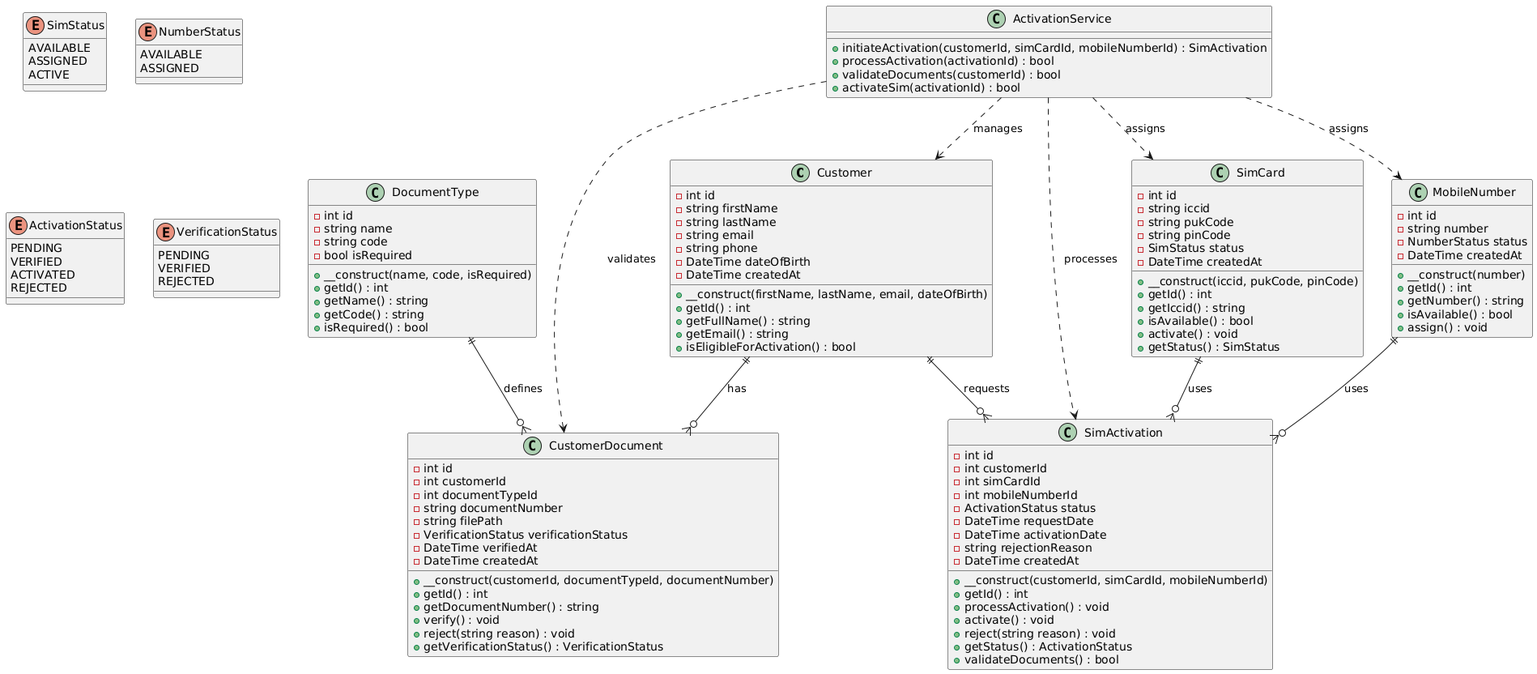
Earlier version of the PlantUML export class_diagram.png (ashanAnjana/-telecom-service-support-system-design). Its diagram source:
```plantuml
@startuml
class Customer {
    -int id
    -string firstName
    -string lastName
    -string email
    -string phone
    -DateTime dateOfBirth
    -DateTime createdAt
    +__construct(firstName, lastName, email, dateOfBirth)
    +getId() : int
    +getFullName() : string
    +getEmail() : string
    +isEligibleForActivation() : bool
}

class SimCard {
    -int id
    -string iccid
    -string pukCode
    -string pinCode
    -SimStatus status
    -DateTime createdAt
    +__construct(iccid, pukCode, pinCode)
    +getId() : int
    +getIccid() : string
    +isAvailable() : bool
    +activate() : void
    +getStatus() : SimStatus
}

class MobileNumber {
    -int id
    -string number
    -NumberStatus status
    -DateTime createdAt
    +__construct(number)
    +getId() : int
    +getNumber() : string
    +isAvailable() : bool
    +assign() : void
}

class DocumentType {
    -int id
    -string name
    -string code
    -bool isRequired
    +__construct(name, code, isRequired)
    +getId() : int
    +getName() : string
    +getCode() : string
    +isRequired() : bool
}

class CustomerDocument {
    -int id
    -int customerId
    -int documentTypeId
    -string documentNumber
    -string filePath
    -VerificationStatus verificationStatus
    -DateTime verifiedAt
    -DateTime createdAt
    +__construct(customerId, documentTypeId, documentNumber)
    +getId() : int
    +getDocumentNumber() : string
    +verify() : void
    +reject(string reason) : void
    +getVerificationStatus() : VerificationStatus
}

class SimActivation {
    -int id
    -int customerId
    -int simCardId
    -int mobileNumberId
    -ActivationStatus status
    -DateTime requestDate
    -DateTime activationDate
    -string rejectionReason
    -DateTime createdAt
    +__construct(customerId, simCardId, mobileNumberId)
    +getId() : int
    +processActivation() : void
    +activate() : void
    +reject(string reason) : void
    +getStatus() : ActivationStatus
    +validateDocuments() : bool
}

class ActivationService {
    +initiateActivation(customerId, simCardId, mobileNumberId) : SimActivation
    +processActivation(activationId) : bool
    +validateDocuments(customerId) : bool
    +activateSim(activationId) : bool
}

enum SimStatus {
    AVAILABLE
    ASSIGNED
    ACTIVE
}

enum NumberStatus {
    AVAILABLE
    ASSIGNED
}

enum ActivationStatus {
    PENDING
    VERIFIED
    ACTIVATED
    REJECTED
}

enum VerificationStatus {
    PENDING
    VERIFIED
    REJECTED
}

Customer ||--o{ CustomerDocument : has
Customer ||--o{ SimActivation : requests
DocumentType ||--o{ CustomerDocument : defines
SimCard ||--o{ SimActivation : uses
MobileNumber ||--o{ SimActivation : uses

ActivationService ..> Customer : manages
ActivationService ..> SimCard : assigns
ActivationService ..> MobileNumber : assigns
ActivationService ..> SimActivation : processes
ActivationService ..> CustomerDocument : validates
@enduml
```
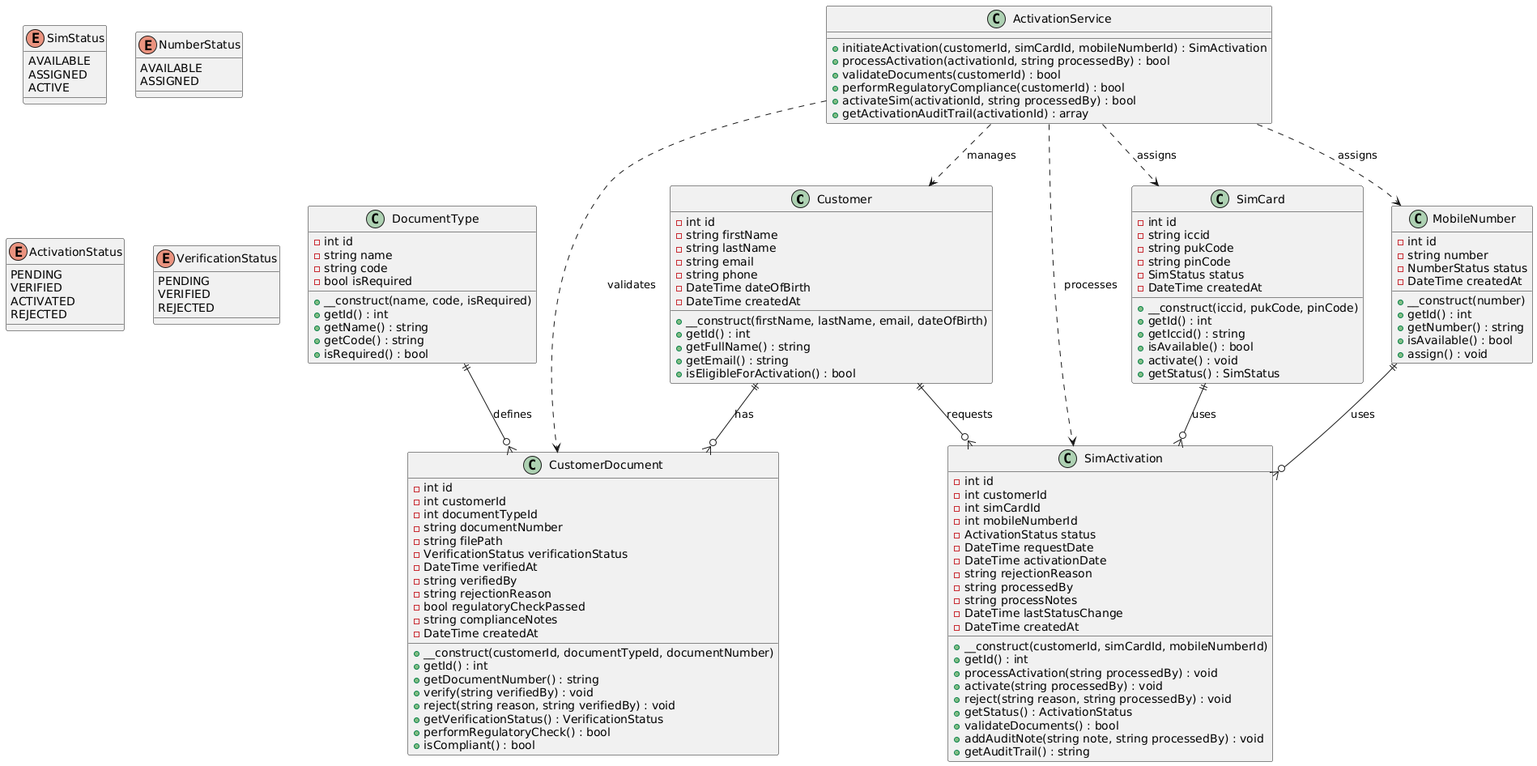
After the commit.

Commit message:
Add class diagram image file

Diff of the diagram source:
```diff
@@ -61,13 +61,19 @@
     -string filePath
     -VerificationStatus verificationStatus
     -DateTime verifiedAt
+    -string verifiedBy
+    -string rejectionReason
+    -bool regulatoryCheckPassed
+    -string complianceNotes
     -DateTime createdAt
     +__construct(customerId, documentTypeId, documentNumber)
     +getId() : int
     +getDocumentNumber() : string
-    +verify() : void
-    +reject(string reason) : void
+    +verify(string verifiedBy) : void
+    +reject(string reason, string verifiedBy) : void
     +getVerificationStatus() : VerificationStatus
+    +performRegulatoryCheck() : bool
+    +isCompliant() : bool
 }
 
 class SimActivation {
@@ -79,21 +85,28 @@
     -DateTime requestDate
     -DateTime activationDate
     -string rejectionReason
+    -string processedBy
+    -string processNotes
+    -DateTime lastStatusChange
     -DateTime createdAt
     +__construct(customerId, simCardId, mobileNumberId)
     +getId() : int
-    +processActivation() : void
-    +activate() : void
-    +reject(string reason) : void
+    +processActivation(string processedBy) : void
+    +activate(string processedBy) : void
+    +reject(string reason, string processedBy) : void
     +getStatus() : ActivationStatus
     +validateDocuments() : bool
+    +addAuditNote(string note, string processedBy) : void
+    +getAuditTrail() : string
 }
 
 class ActivationService {
     +initiateActivation(customerId, simCardId, mobileNumberId) : SimActivation
-    +processActivation(activationId) : bool
+    +processActivation(activationId, string processedBy) : bool
     +validateDocuments(customerId) : bool
-    +activateSim(activationId) : bool
+    +performRegulatoryCompliance(customerId) : bool
+    +activateSim(activationId, string processedBy) : bool
+    +getActivationAuditTrail(activationId) : array
 }
 
 enum SimStatus {
```
